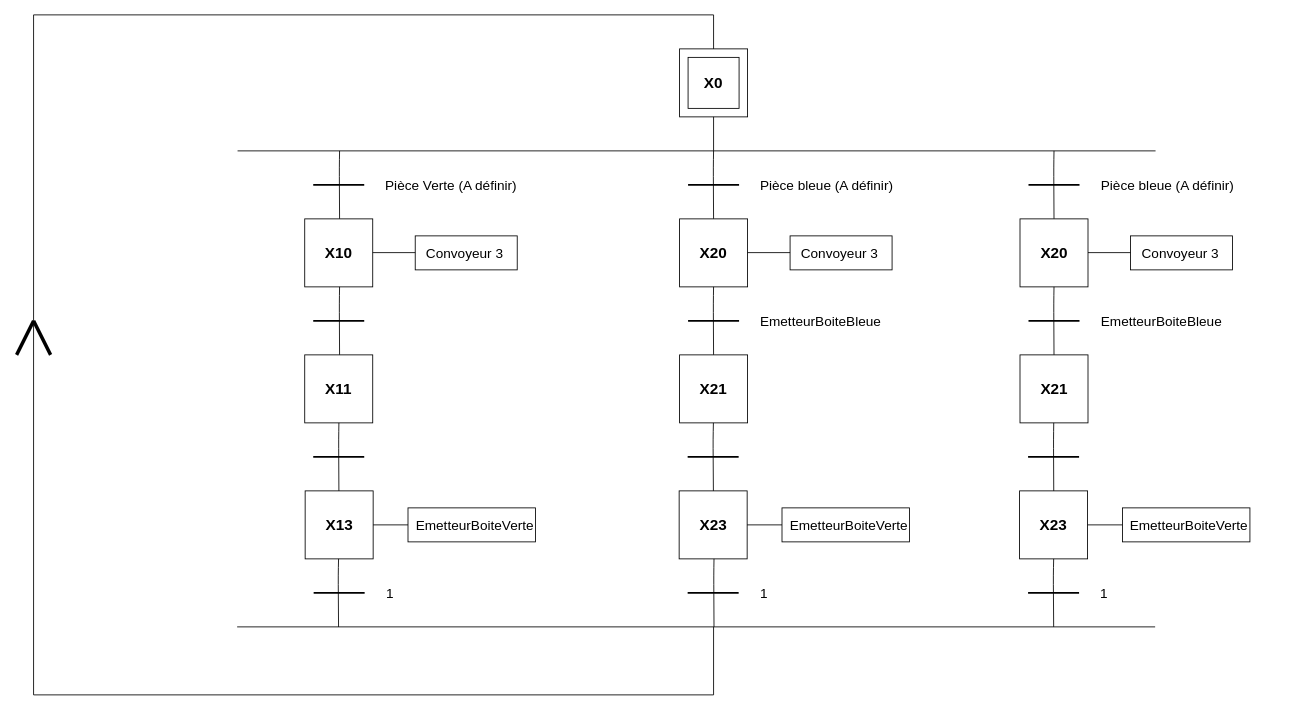
Earlier version of the draw.io diagram Untitled Diagram.drawio (Sem98-chain/INSA). Source tidied: cells renumbered, new cells numbered last; positions are measured from the earlier drawing's top-left corner, leaving out a move shared by most shapes. Both pictures are drawn from the tidied source at 85%, with x=0, y=0 at pixel (16, 14).
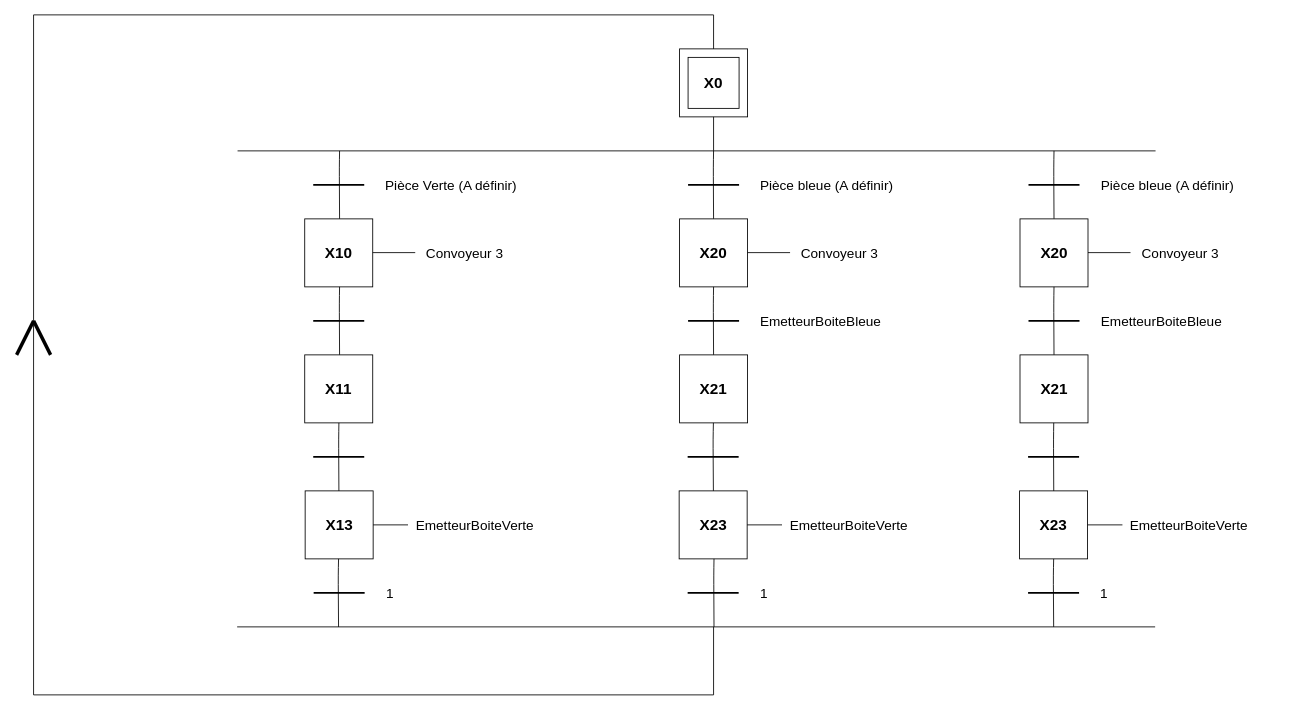
The same diagram, later.

Unchanged cells that the change refers to:
```xml
<mxCell id="40" style="whiteSpace=wrap;html=1;" parent="1" vertex="1">
  <mxGeometry x="339.5" y="560" width="80" height="80" as="geometry" />
</mxCell>
<mxCell id="47" style="whiteSpace=wrap;html=1;" parent="1" vertex="1">
  <mxGeometry x="779.5" y="560" width="80" height="80" as="geometry" />
</mxCell>
<mxCell id="74" style="whiteSpace=wrap;html=1;" parent="1" vertex="1">
  <mxGeometry x="1180" y="560" width="80" height="80" as="geometry" />
</mxCell>
```

What changed in the source:
```diff
@@
-    <mxCell id="2" style="rounded=0;whiteSpace=wrap;html=1;fillColor=none;gradientColor=none;" parent="1" vertex="1">
-      <mxGeometry x="469" y="260" width="120" height="40" as="geometry" />
-    </mxCell>
@@
-    <mxCell id="38" style="rounded=0;whiteSpace=wrap;html=1;fillColor=none;gradientColor=none;" parent="1" vertex="1">
-      <mxGeometry x="910" y="260" width="120" height="40" as="geometry" />
-    </mxCell>
@@
-    <mxCell id="42" style="rounded=0;whiteSpace=wrap;html=1;fillColor=none;gradientColor=none;" parent="1" vertex="1">
-      <mxGeometry x="460.5" y="580" width="150" height="40" as="geometry" />
-    </mxCell>
@@
-    <mxCell id="44" style="endArrow=none;html=1;strokeWidth=1;entryX=0;entryY=0.5;entryDx=0;entryDy=0;exitX=1;exitY=0.5;exitDx=0;exitDy=0;" parent="1" edge="1" source="40" target="42">
-      <mxGeometry relative="1" as="geometry" />
+    <mxCell id="44" style="endArrow=none;html=1;strokeWidth=1;entryX=0;entryY=0.5;entryDx=0;entryDy=0;exitX=1;exitY=0.5;exitDx=0;exitDy=0;" parent="1" edge="1" source="40">
+      <mxGeometry relative="1" as="geometry">
+        <mxPoint x="460.5" y="600" as="targetPoint" />
+      </mxGeometry>
     </mxCell>
@@
-    <mxCell id="49" style="rounded=0;whiteSpace=wrap;html=1;fillColor=none;gradientColor=none;" parent="1" vertex="1">
-      <mxGeometry x="900.5" y="580" width="150" height="40" as="geometry" />
-    </mxCell>
@@
-    <mxCell id="51" style="endArrow=none;html=1;strokeWidth=1;entryX=0;entryY=0.5;entryDx=0;entryDy=0;exitX=1;exitY=0.5;exitDx=0;exitDy=0;" parent="1" edge="1" source="47" target="49">
-      <mxGeometry relative="1" as="geometry" />
+    <mxCell id="51" style="endArrow=none;html=1;strokeWidth=1;entryX=0;entryY=0.5;entryDx=0;entryDy=0;exitX=1;exitY=0.5;exitDx=0;exitDy=0;" parent="1" edge="1" source="47">
+      <mxGeometry relative="1" as="geometry">
+        <mxPoint x="900.5" y="600" as="targetPoint" />
+      </mxGeometry>
     </mxCell>
@@
-    <mxCell id="72" style="rounded=0;whiteSpace=wrap;html=1;fillColor=none;gradientColor=none;" parent="1" vertex="1">
-      <mxGeometry x="1310.5" y="260" width="120" height="40" as="geometry" />
-    </mxCell>
@@
-    <mxCell id="76" style="rounded=0;whiteSpace=wrap;html=1;fillColor=none;gradientColor=none;" parent="1" vertex="1">
-      <mxGeometry x="1301" y="580" width="150" height="40" as="geometry" />
-    </mxCell>
@@
-    <mxCell id="78" style="endArrow=none;html=1;strokeWidth=1;entryX=0;entryY=0.5;entryDx=0;entryDy=0;exitX=1;exitY=0.5;exitDx=0;exitDy=0;" parent="1" edge="1" source="74" target="76">
-      <mxGeometry relative="1" as="geometry" />
+    <mxCell id="78" style="endArrow=none;html=1;strokeWidth=1;entryX=0;entryY=0.5;entryDx=0;entryDy=0;exitX=1;exitY=0.5;exitDx=0;exitDy=0;" parent="1" edge="1" source="74">
+      <mxGeometry relative="1" as="geometry">
+        <mxPoint x="1301" y="600" as="targetPoint" />
+      </mxGeometry>
     </mxCell>
```
